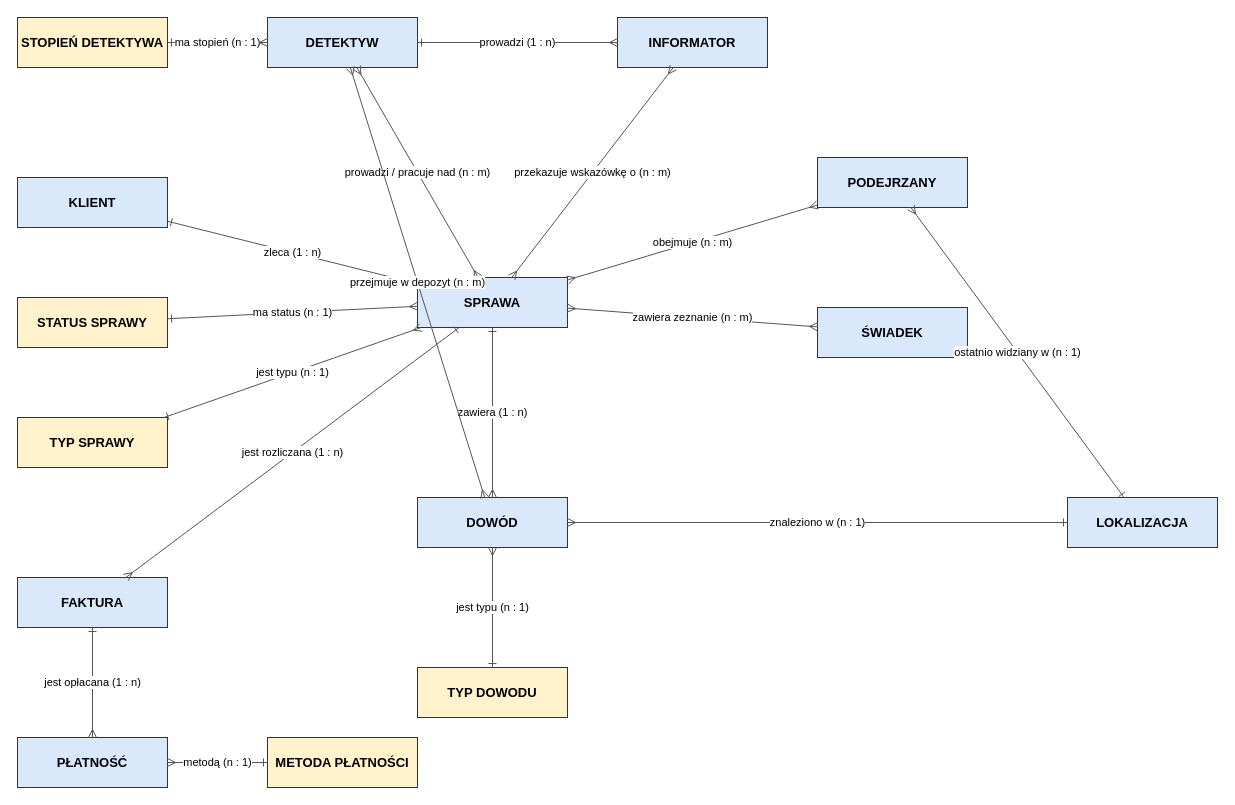
This is part1/task1/diagrams/erd.drawio from radekaadek/ADS, a draw.io file, before an edit. Source tidied: cells renumbered, new cells numbered last; positions are measured from the earlier drawing's top-left corner, leaving out a move shared by most shapes. Both pictures are drawn from the tidied source at 100%, with x=0, y=0 at pixel (17, 17).
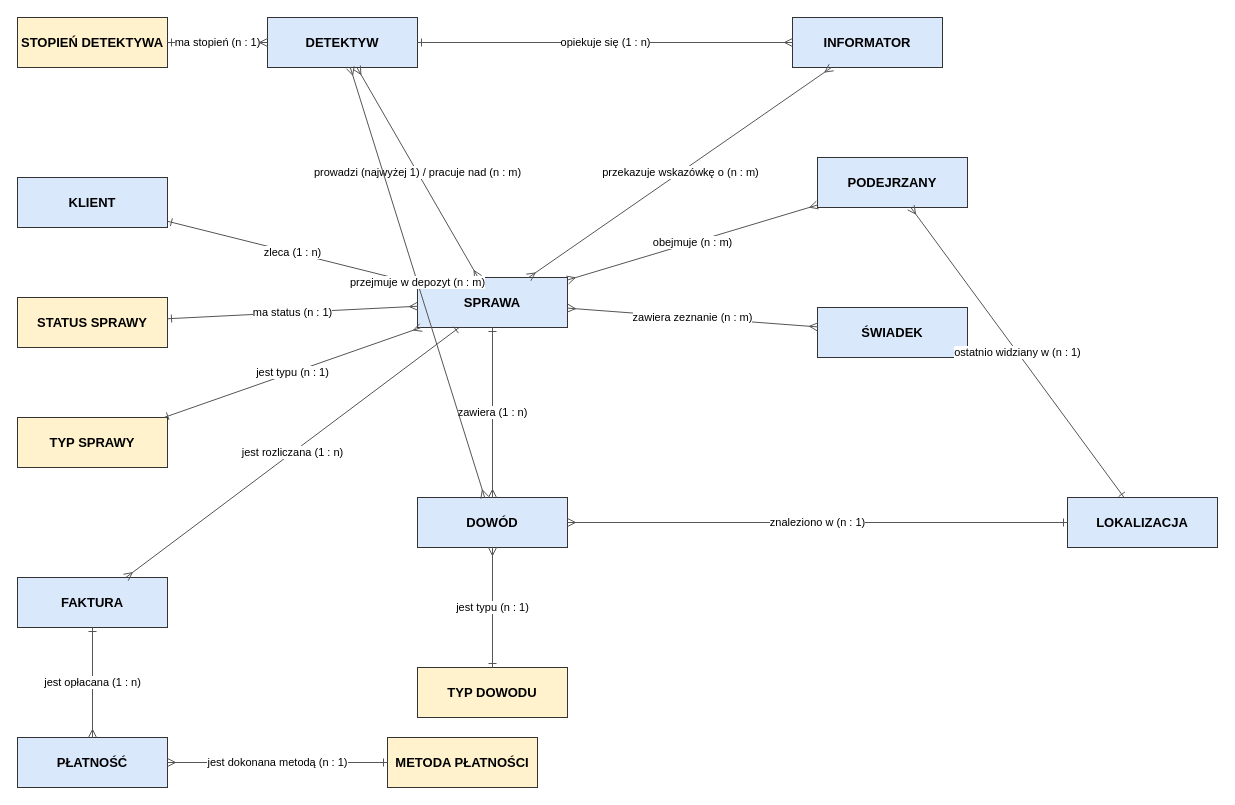
Above is the later version.

Unchanged cells that the change refers to:
```xml
<mxCell id="3" value="DETEKTYW" style="rounded=0;whiteSpace=wrap;html=1;fontStyle=1;fontSize=13;fillColor=#dae8fc;strokeColor=#333333;" parent="1" vertex="1">
  <mxGeometry x="250" width="150" height="50" as="geometry" />
</mxCell>
<mxCell id="8" value="SPRAWA" style="rounded=0;whiteSpace=wrap;html=1;fontStyle=1;fontSize=13;fillColor=#dae8fc;strokeColor=#333333;" parent="1" vertex="1">
  <mxGeometry x="400" y="260" width="150" height="50" as="geometry" />
</mxCell>
<mxCell id="15" value="PŁATNOŚĆ" style="rounded=0;whiteSpace=wrap;html=1;fontStyle=1;fontSize=13;fillColor=#dae8fc;strokeColor=#333333;" parent="1" vertex="1">
  <mxGeometry y="720" width="150" height="50" as="geometry" />
</mxCell>
```

Diff of the diagram source:
```diff
@@
     <mxCell id="4" value="INFORMATOR" style="rounded=0;whiteSpace=wrap;html=1;fontStyle=1;fontSize=13;fillColor=#dae8fc;strokeColor=#333333;" parent="1" vertex="1">
-      <mxGeometry x="600" width="150" height="50" as="geometry" />
+      <mxGeometry x="775" width="150" height="50" as="geometry" />
     </mxCell>
@@
     <mxCell id="16" value="METODA PŁATNOŚCI" style="rounded=0;whiteSpace=wrap;html=1;fontStyle=1;fontSize=13;fillColor=#fff2cc;strokeColor=#333333;" parent="1" vertex="1">
-      <mxGeometry x="250" y="720" width="150" height="50" as="geometry" />
+      <mxGeometry x="370" y="720" width="150" height="50" as="geometry" />
     </mxCell>
@@
-    <mxCell id="18" value="prowadzi / pracuje nad (n : m)" style="html=1;startArrow=ERmany;endArrow=ERmany;startFill=0;endFill=0;labelBackgroundColor=#ffffff;fontSize=11;strokeColor=#555555;" parent="1" edge="1" source="3" target="8">
+    <mxCell id="18" value="prowadzi (najwyżej 1) / pracuje nad (n : m)" style="html=1;startArrow=ERmany;endArrow=ERmany;startFill=0;endFill=0;labelBackgroundColor=#ffffff;fontSize=11;strokeColor=#555555;" parent="1" edge="1" source="3" target="8">
       <mxGeometry relative="1" as="geometry" />
     </mxCell>
@@
-    <mxCell id="25" value="prowadzi (1 : n)" style="html=1;startArrow=ERone;endArrow=ERmany;startFill=0;endFill=0;labelBackgroundColor=#ffffff;fontSize=11;strokeColor=#555555;" parent="1" edge="1" source="3" target="4">
+    <mxCell id="25" value="opiekuje się (1 : n)" style="html=1;startArrow=ERone;endArrow=ERmany;startFill=0;endFill=0;labelBackgroundColor=#ffffff;fontSize=11;strokeColor=#555555;" parent="1" edge="1" source="3" target="4">
       <mxGeometry relative="1" as="geometry" />
     </mxCell>
@@
-    <mxCell id="33" value="metodą (n : 1)" style="html=1;startArrow=ERmany;endArrow=ERone;startFill=0;endFill=0;labelBackgroundColor=#ffffff;fontSize=11;strokeColor=#555555;" parent="1" edge="1" source="15" target="16">
+    <mxCell id="33" value="jest dokonana metodą (n : 1)" style="html=1;startArrow=ERmany;endArrow=ERone;startFill=0;endFill=0;labelBackgroundColor=#ffffff;fontSize=11;strokeColor=#555555;" parent="1" edge="1" source="15" target="16">
       <mxGeometry relative="1" as="geometry" />
     </mxCell>
```
